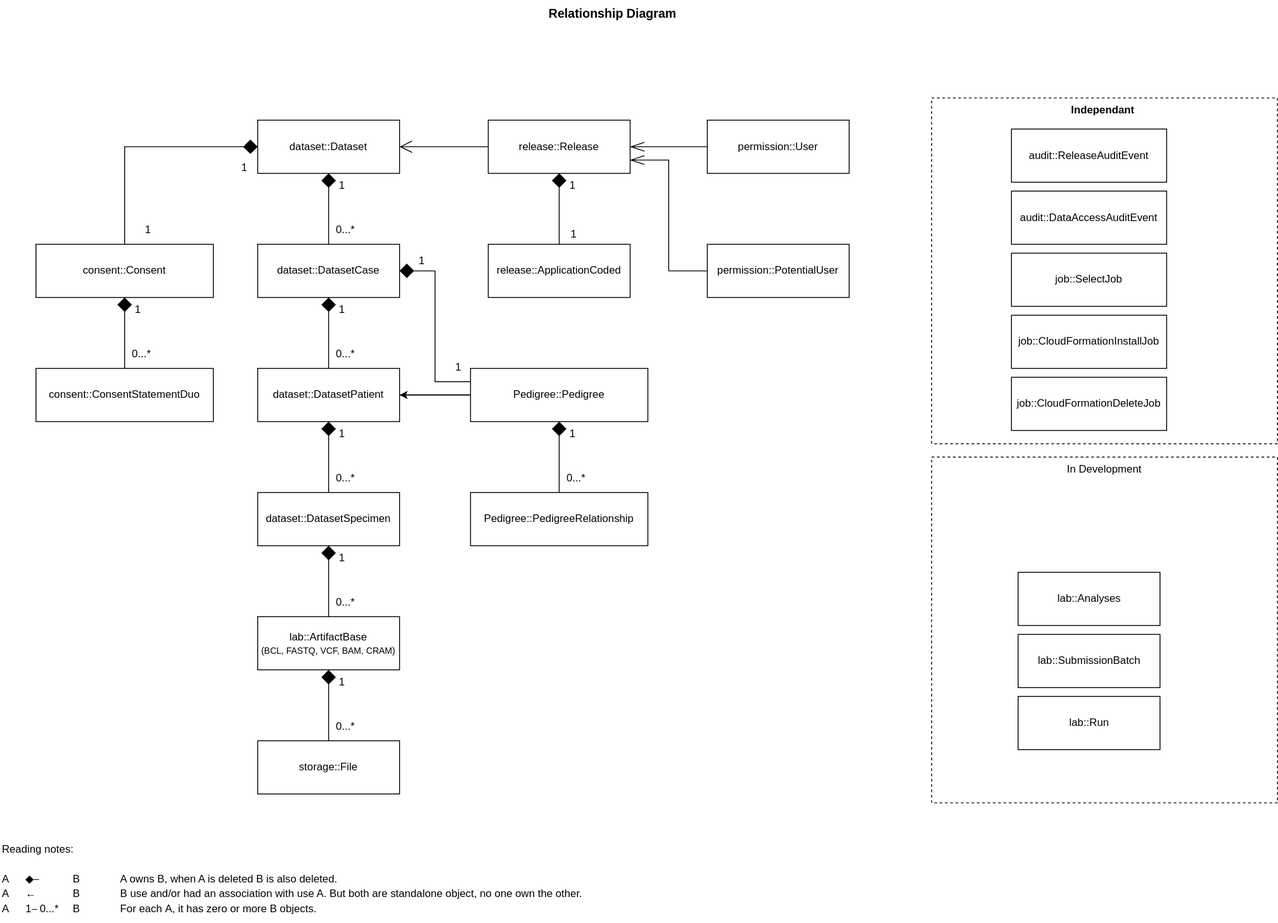
Before: docs/architecture/relationship.drawio.svg, a diagram exported from draw.io (elsa-data/elsa-data). Source tidied: cells renumbered, new cells last; positions are measured from the earlier drawing's top-left corner, leaving out a move shared by most shapes.
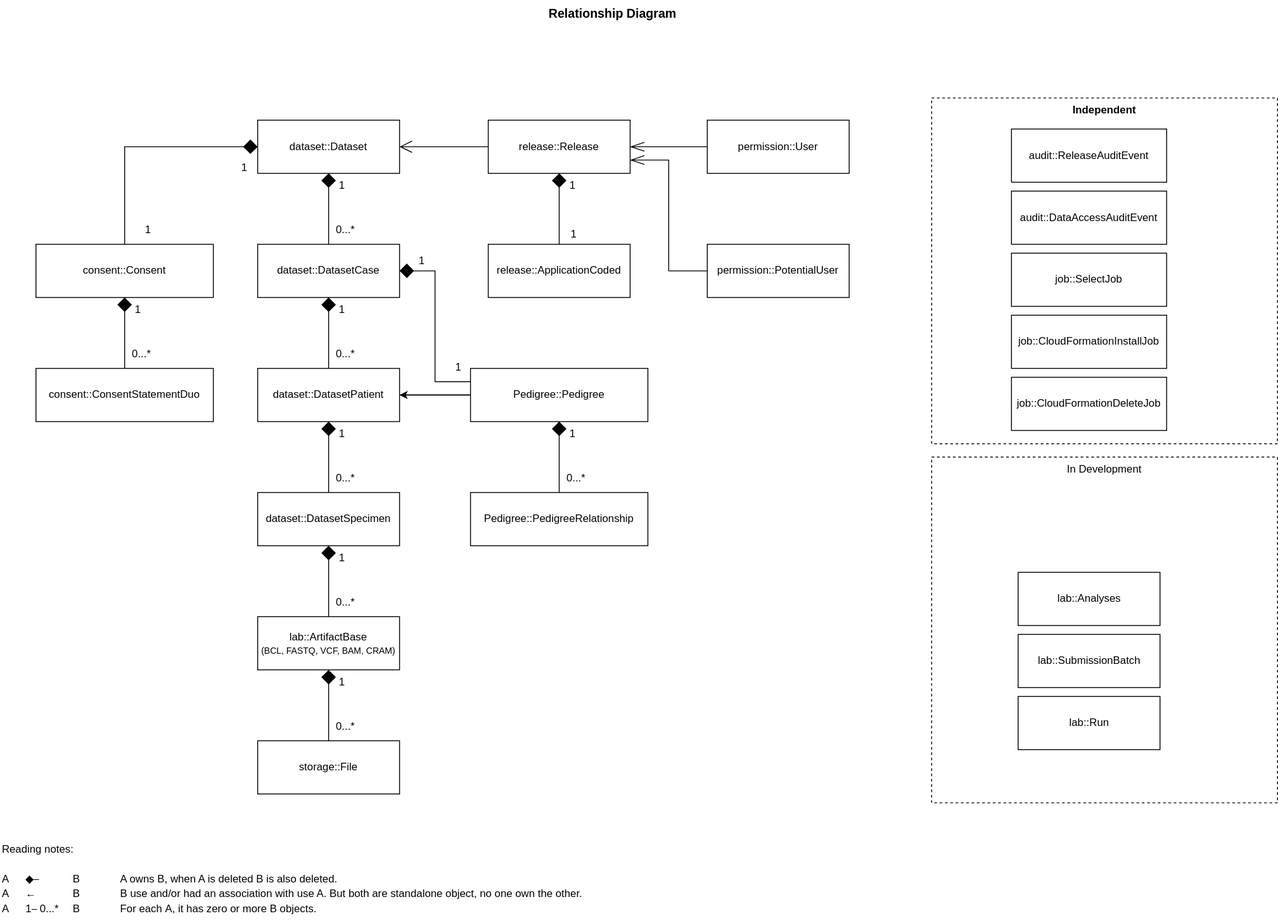
After the commit.

What changed in the source:
```diff
@@ -200,7 +200,7 @@
     <mxCell id="55" style="edgeLabel;html=1;align=right;verticalAlign=bottom;rounded=0;strokeColor=default;fontFamily=Helvetica;fontSize=12;fontColor=default;fillColor=default;" parent="53" vertex="1">
       <mxGeometry x="1" relative="1" as="geometry" />
     </mxCell>
-    <mxCell id="56" value="&lt;b&gt;&lt;font style=&quot;font-size: 12px;&quot;&gt;Independant&amp;nbsp;&lt;/font&gt;&lt;/b&gt;" style="whiteSpace=wrap;html=1;rounded=0;strokeColor=default;fontFamily=Helvetica;fontSize=10;fontColor=default;fillColor=none;dashed=1;horizontal=1;verticalAlign=top;" parent="1" vertex="1">
+    <mxCell id="56" value="&lt;font style=&quot;&quot;&gt;&lt;span style=&quot;font-size: 12px;&quot;&gt;&lt;b&gt;Independent&lt;/b&gt;&lt;/span&gt;&lt;/font&gt;" style="whiteSpace=wrap;html=1;rounded=0;strokeColor=default;fontFamily=Helvetica;fontSize=10;fontColor=default;fillColor=none;dashed=1;horizontal=1;verticalAlign=top;" parent="1" vertex="1">
       <mxGeometry x="1050" y="110" width="390" height="390" as="geometry" />
     </mxCell>
     <mxCell id="57" style="endArrow=none;html=1;endSize=12;startArrow=openThin;startSize=14;startFill=0;edgeStyle=orthogonalEdgeStyle;rounded=0;fontFamily=Helvetica;fontSize=12;fontColor=default;endFill=0;exitX=1;exitY=0.75;exitDx=0;exitDy=0;entryX=0;entryY=0.5;entryDx=0;entryDy=0;" parent="1" edge="1" source="2" target="34">
```
